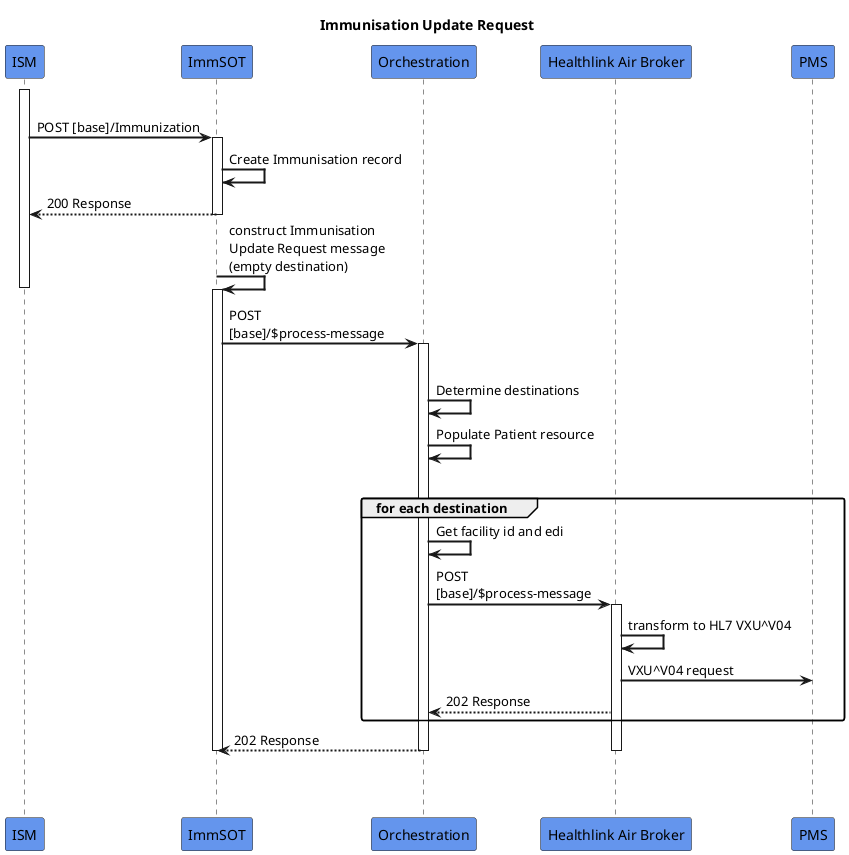
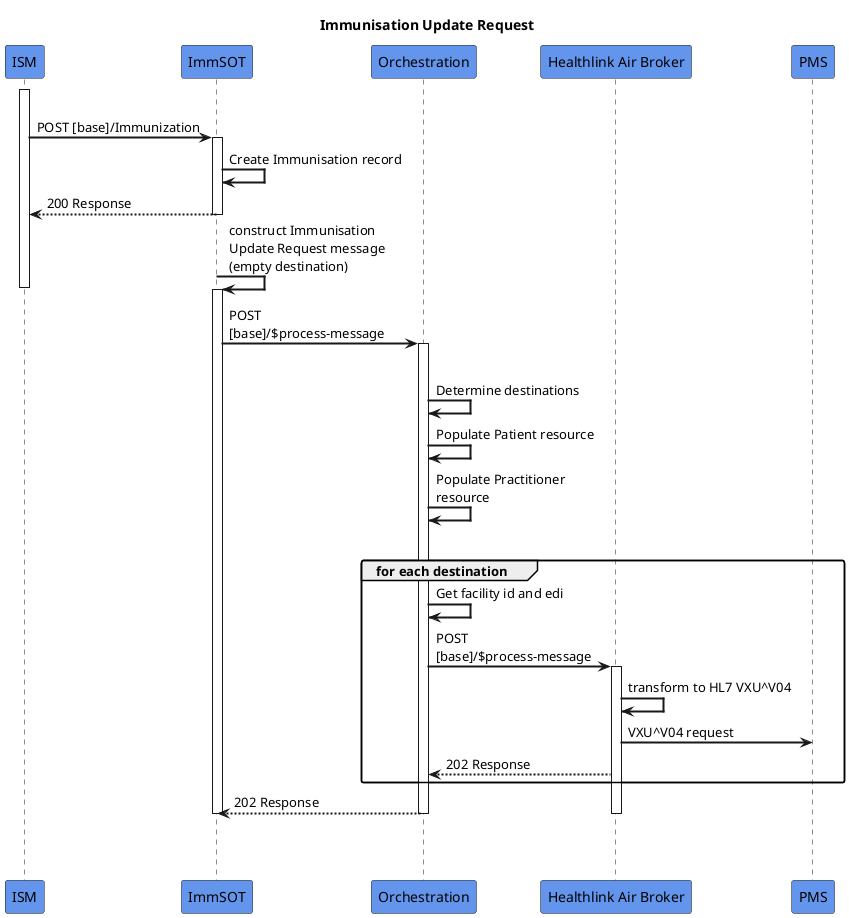
@startuml
skinparam sequenceArrowThickness 2
skinparam roundcorner 5
skinparam maxmessagesize 180
skinparam sequenceParticipant bold
title  Immunisation Update Request
participant "ISM" as AA #CornflowerBlue
participant "ImmSOT" as A #CornflowerBlue
participant "Orchestration" as B #CornflowerBlue
participant "Healthlink Air Broker" as C #CornflowerBlue
participant "PMS" as D #CornflowerBlue
|||
activate AA
AA -> A: POST [base]/Immunization
activate A
A -> A: Create Immunisation record
A -[dashed]-> AA:  200 Response
deactivate A

A -> A: construct Immunisation Update Request message (empty destination)
activate A
deactivate AA

A -> B: POST [base]/$process-message

activate B
|||
B -> B: Determine destinations
B -> B: Populate Patient resource
+ B -> B: Populate Practitioner resource
|||
group for each destination
 B -> B: Get facility id and edi
 B -> C: POST [base]/$process-message
 activate C
 C -> C:  transform to HL7 VXU^V04
 C -> D: VXU^V04 request
 C -[dashed]-> B:  202 Response
end
B -[dashed]-> A: 202 Response
deactivate B
|||
deactivate C
deactivate A
|||
@enduml